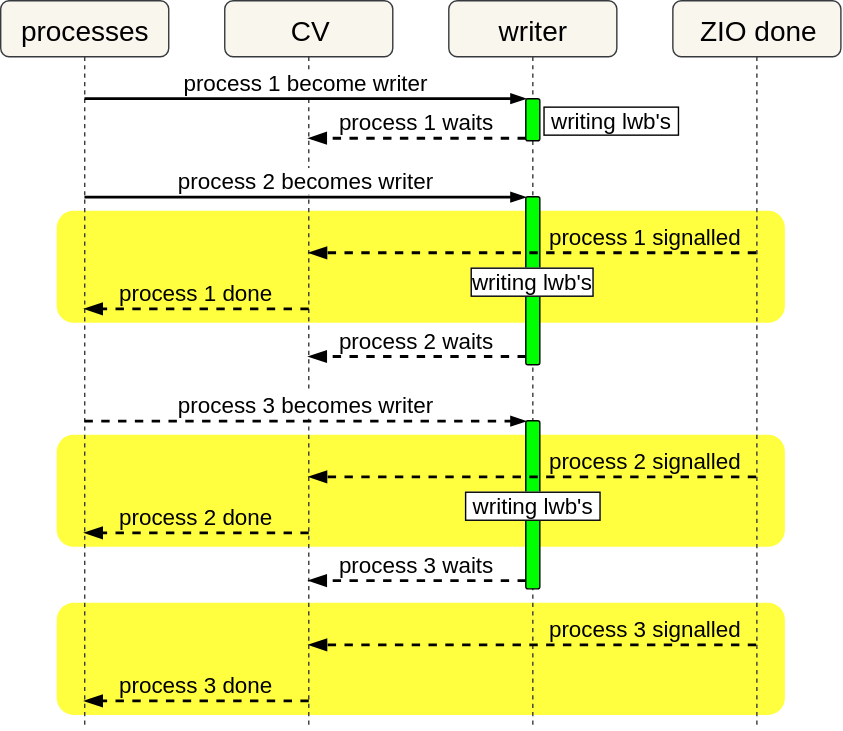
prakashsurya/prakashsurya.github.io keeps this draw.io diagram as static/post/2017-10-24-zil-performance-how-i-doubled-sync-write-speed/waiter-sequence-after-02.svg. Above is the earlier version. Source tidied: cells renumbered, new cells last; positions are measured from the earlier drawing's top-left corner, leaving out a move shared by most shapes. Source of this version:
```xml
<mxGraphModel background="#ffffff">
  <root>
    <mxCell id="0" />
    <mxCell id="1" parent="0" />
    <mxCell id="2" style="rounded=1;whiteSpace=wrap;html=1;shadow=0;comic=0;labelBackgroundColor=#ffffff;strokeWidth=1;fillColor=#FFFF00;fontSize=16;opacity=75;strokeColor=none;" parent="1" vertex="1">
      <mxGeometry x="40" y="430" width="520" height="80" as="geometry" />
    </mxCell>
    <mxCell id="3" style="rounded=1;whiteSpace=wrap;html=1;shadow=0;comic=0;labelBackgroundColor=#ffffff;strokeWidth=1;fillColor=#FFFF00;fontSize=16;opacity=75;strokeColor=none;" parent="1" vertex="1">
      <mxGeometry x="40" y="310" width="520" height="80" as="geometry" />
    </mxCell>
    <mxCell id="4" style="rounded=1;whiteSpace=wrap;html=1;shadow=0;comic=0;labelBackgroundColor=#ffffff;strokeWidth=1;fillColor=#FFFF00;fontSize=16;opacity=75;strokeColor=none;" parent="1" vertex="1">
      <mxGeometry x="40" y="150" width="520" height="80" as="geometry" />
    </mxCell>
    <mxCell id="5" value="CV" style="shape=umlLifeline;perimeter=lifelinePerimeter;whiteSpace=wrap;html=1;outlineConnect=0;rounded=1;shadow=0;comic=0;fillColor=#f9f7ed;fontSize=20;strokeColor=#36393d;" parent="1" vertex="1">
      <mxGeometry x="160" width="120" height="520" as="geometry" />
    </mxCell>
    <mxCell id="6" value="processes" style="shape=umlLifeline;perimeter=lifelinePerimeter;whiteSpace=wrap;html=1;outlineConnect=0;rounded=1;shadow=0;comic=0;fillColor=#f9f7ed;fontSize=20;strokeColor=#36393d;" parent="1" vertex="1">
      <mxGeometry width="120" height="520" as="geometry" />
    </mxCell>
    <mxCell id="7" value="writer" style="shape=umlLifeline;perimeter=lifelinePerimeter;whiteSpace=wrap;html=1;rounded=1;shadow=0;comic=0;fillColor=#f9f7ed;fontSize=20;strokeColor=#36393d;" parent="1" vertex="1">
      <mxGeometry x="320" width="120" height="520" as="geometry" />
    </mxCell>
    <mxCell id="8" value="&amp;nbsp;writing lwb's&amp;nbsp;" style="html=1;points=[];perimeter=orthogonalPerimeter;rounded=1;shadow=0;comic=0;labelBackgroundColor=#ffffff;fillColor=#00FF00;fontSize=16;labelPosition=right;verticalLabelPosition=middle;align=left;verticalAlign=middle;labelBorderColor=#000000;" parent="7" vertex="1">
      <mxGeometry x="55" y="70" width="10" height="30" as="geometry" />
    </mxCell>
    <mxCell id="9" value="writing lwb's" style="html=1;points=[];perimeter=orthogonalPerimeter;rounded=1;shadow=0;comic=0;labelBackgroundColor=#ffffff;strokeWidth=1;fillColor=#00FF00;fontSize=16;labelBorderColor=#000000;" parent="7" vertex="1">
      <mxGeometry x="55" y="140" width="10" height="120" as="geometry" />
    </mxCell>
    <mxCell id="10" value="&amp;nbsp;writing lwb's&amp;nbsp;" style="html=1;points=[];perimeter=orthogonalPerimeter;rounded=1;shadow=0;comic=0;labelBackgroundColor=#ffffff;strokeWidth=1;fillColor=#00FF00;fontSize=16;labelBorderColor=#000000;" parent="7" vertex="1">
      <mxGeometry x="55" y="300" width="10" height="120" as="geometry" />
    </mxCell>
    <mxCell id="11" value="process 1 become writer" style="html=1;verticalAlign=bottom;endArrow=blockThin;entryX=0;entryY=0;shadow=0;labelBackgroundColor=#ffffff;strokeWidth=2;fontSize=16;labelPosition=center;verticalLabelPosition=top;align=center;endFill=1;" parent="1" edge="1" source="6" target="8">
      <mxGeometry relative="1" as="geometry" />
    </mxCell>
    <mxCell id="12" value="process 1 waits" style="html=1;verticalAlign=bottom;endArrow=blockThin;dashed=1;endSize=8;exitX=0;exitY=0.95;shadow=0;labelBackgroundColor=#ffffff;strokeWidth=2;fontSize=16;labelPosition=center;verticalLabelPosition=top;align=center;endFill=1;" parent="1" edge="1" source="8" target="5">
      <mxGeometry relative="1" as="geometry" />
    </mxCell>
    <mxCell id="13" value="ZIO done" style="shape=umlLifeline;perimeter=lifelinePerimeter;whiteSpace=wrap;html=1;rounded=1;shadow=0;comic=0;fillColor=#f9f7ed;fontSize=20;strokeColor=#36393d;" parent="1" vertex="1">
      <mxGeometry x="480" width="120" height="520" as="geometry" />
    </mxCell>
    <mxCell id="14" value="process 2 becomes writer" style="html=1;verticalAlign=bottom;endArrow=blockThin;entryX=0;entryY=0;shadow=0;labelBackgroundColor=#ffffff;strokeWidth=2;fontSize=16;endFill=1;" parent="1" edge="1" source="6" target="9">
      <mxGeometry relative="1" as="geometry" />
    </mxCell>
    <mxCell id="15" value="process 2 waits" style="html=1;verticalAlign=bottom;endArrow=blockThin;dashed=1;endSize=8;exitX=0;exitY=0.95;shadow=0;labelBackgroundColor=#ffffff;strokeWidth=2;fontSize=16;endFill=1;" parent="1" edge="1" source="9" target="5">
      <mxGeometry relative="1" as="geometry" />
    </mxCell>
    <mxCell id="16" value="process 1 signalled" style="html=1;verticalAlign=bottom;endArrow=blockThin;dashed=1;endSize=8;shadow=0;labelBackgroundColor=none;strokeWidth=2;fontSize=16;endFill=1;" parent="1" edge="1">
      <mxGeometry x="-0.5" relative="1" as="geometry">
        <mxPoint x="539.5" y="180" as="sourcePoint" />
        <mxPoint x="220" y="180" as="targetPoint" />
      </mxGeometry>
    </mxCell>
    <mxCell id="17" value="process 1 done" style="html=1;verticalAlign=bottom;endArrow=blockThin;dashed=1;endSize=8;shadow=0;labelBackgroundColor=none;strokeWidth=2;fontSize=16;endFill=1;" parent="1" edge="1" target="6">
      <mxGeometry relative="1" as="geometry">
        <mxPoint x="220" y="220" as="sourcePoint" />
      </mxGeometry>
    </mxCell>
    <mxCell id="18" value="process 3 becomes writer" style="html=1;verticalAlign=bottom;endArrow=blockThin;entryX=0;entryY=0;shadow=0;dashed=1;labelBackgroundColor=#ffffff;strokeWidth=2;fontSize=16;endFill=1;" parent="1" edge="1" source="6" target="10">
      <mxGeometry relative="1" as="geometry" />
    </mxCell>
    <mxCell id="19" value="process 3 waits" style="html=1;verticalAlign=bottom;endArrow=blockThin;dashed=1;endSize=8;exitX=0;exitY=0.95;shadow=0;labelBackgroundColor=#ffffff;strokeWidth=2;fontSize=16;endFill=1;" parent="1" edge="1" source="10" target="5">
      <mxGeometry relative="1" as="geometry" />
    </mxCell>
    <mxCell id="20" value="process 2 signalled" style="html=1;verticalAlign=bottom;endArrow=blockThin;dashed=1;endSize=8;shadow=0;labelBackgroundColor=none;strokeWidth=2;fontSize=16;endFill=1;" parent="1" edge="1">
      <mxGeometry x="-0.5" relative="1" as="geometry">
        <mxPoint x="539.5" y="340" as="sourcePoint" />
        <mxPoint x="220" y="340" as="targetPoint" />
      </mxGeometry>
    </mxCell>
    <mxCell id="21" value="process 3 signalled" style="html=1;verticalAlign=bottom;endArrow=blockThin;dashed=1;endSize=8;shadow=0;labelBackgroundColor=none;strokeWidth=2;fontSize=16;endFill=1;" parent="1" edge="1">
      <mxGeometry x="-0.5" relative="1" as="geometry">
        <mxPoint x="539.5" y="460" as="sourcePoint" />
        <mxPoint x="220" y="460" as="targetPoint" />
      </mxGeometry>
    </mxCell>
    <mxCell id="22" value="process 2 done" style="html=1;verticalAlign=bottom;endArrow=blockThin;dashed=1;endSize=8;shadow=0;labelBackgroundColor=none;strokeWidth=2;fontSize=16;endFill=1;" parent="1" edge="1">
      <mxGeometry relative="1" as="geometry">
        <mxPoint x="220" y="380" as="sourcePoint" />
        <mxPoint x="59.8" y="380" as="targetPoint" />
      </mxGeometry>
    </mxCell>
    <mxCell id="23" value="process 3 done" style="html=1;verticalAlign=bottom;endArrow=blockThin;dashed=1;endSize=8;shadow=0;labelBackgroundColor=none;strokeWidth=2;fontSize=16;endFill=1;" parent="1" edge="1">
      <mxGeometry relative="1" as="geometry">
        <mxPoint x="220" y="500" as="sourcePoint" />
        <mxPoint x="59.8" y="500" as="targetPoint" />
      </mxGeometry>
    </mxCell>
  </root>
</mxGraphModel>
```
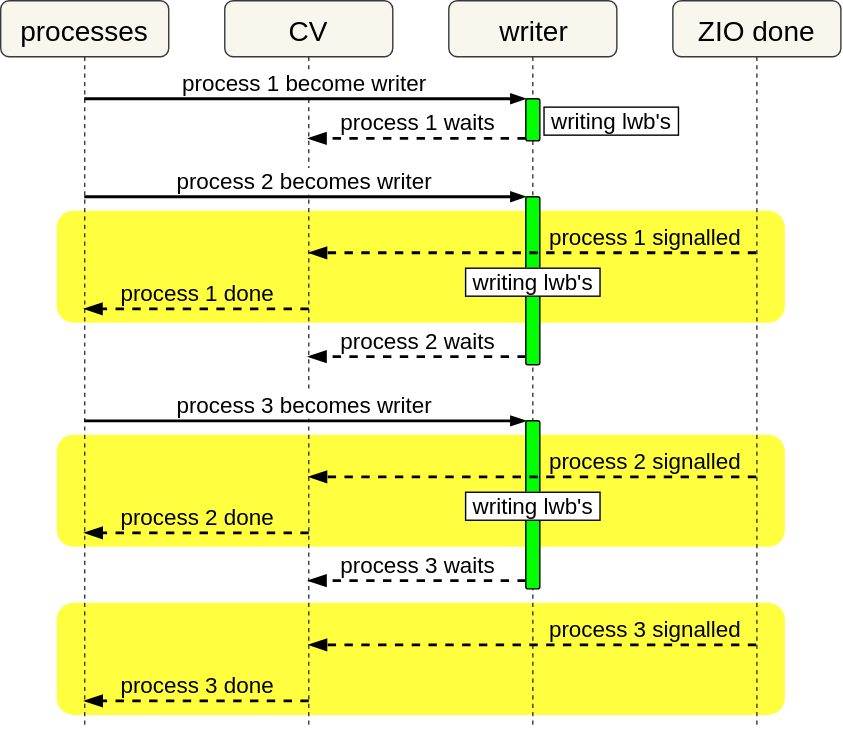
After the commit.

The edit, as a diff of the source:
```diff
@@ -23,7 +23,7 @@
     <mxCell id="8" value="&amp;nbsp;writing lwb's&amp;nbsp;" style="html=1;points=[];perimeter=orthogonalPerimeter;rounded=1;shadow=0;comic=0;labelBackgroundColor=#ffffff;fillColor=#00FF00;fontSize=16;labelPosition=right;verticalLabelPosition=middle;align=left;verticalAlign=middle;labelBorderColor=#000000;" parent="7" vertex="1">
       <mxGeometry x="55" y="70" width="10" height="30" as="geometry" />
     </mxCell>
-    <mxCell id="9" value="writing lwb's" style="html=1;points=[];perimeter=orthogonalPerimeter;rounded=1;shadow=0;comic=0;labelBackgroundColor=#ffffff;strokeWidth=1;fillColor=#00FF00;fontSize=16;labelBorderColor=#000000;" parent="7" vertex="1">
+    <mxCell id="9" value="&amp;nbsp;writing lwb's&amp;nbsp;" style="html=1;points=[];perimeter=orthogonalPerimeter;rounded=1;shadow=0;comic=0;labelBackgroundColor=#ffffff;strokeWidth=1;fillColor=#00FF00;fontSize=16;labelBorderColor=#000000;" parent="7" vertex="1">
       <mxGeometry x="55" y="140" width="10" height="120" as="geometry" />
     </mxCell>
     <mxCell id="10" value="&amp;nbsp;writing lwb's&amp;nbsp;" style="html=1;points=[];perimeter=orthogonalPerimeter;rounded=1;shadow=0;comic=0;labelBackgroundColor=#ffffff;strokeWidth=1;fillColor=#00FF00;fontSize=16;labelBorderColor=#000000;" parent="7" vertex="1">
@@ -55,7 +55,7 @@
         <mxPoint x="220" y="220" as="sourcePoint" />
       </mxGeometry>
     </mxCell>
-    <mxCell id="18" value="process 3 becomes writer" style="html=1;verticalAlign=bottom;endArrow=blockThin;entryX=0;entryY=0;shadow=0;dashed=1;labelBackgroundColor=#ffffff;strokeWidth=2;fontSize=16;endFill=1;" parent="1" edge="1" source="6" target="10">
+    <mxCell id="18" value="process 3 becomes writer" style="html=1;verticalAlign=bottom;endArrow=blockThin;entryX=0;entryY=0;shadow=0;labelBackgroundColor=#ffffff;strokeWidth=2;fontSize=16;endFill=1;" parent="1" edge="1" source="6" target="10">
       <mxGeometry relative="1" as="geometry" />
     </mxCell>
     <mxCell id="19" value="process 3 waits" style="html=1;verticalAlign=bottom;endArrow=blockThin;dashed=1;endSize=8;exitX=0;exitY=0.95;shadow=0;labelBackgroundColor=#ffffff;strokeWidth=2;fontSize=16;endFill=1;" parent="1" edge="1" source="10" target="5">
```
